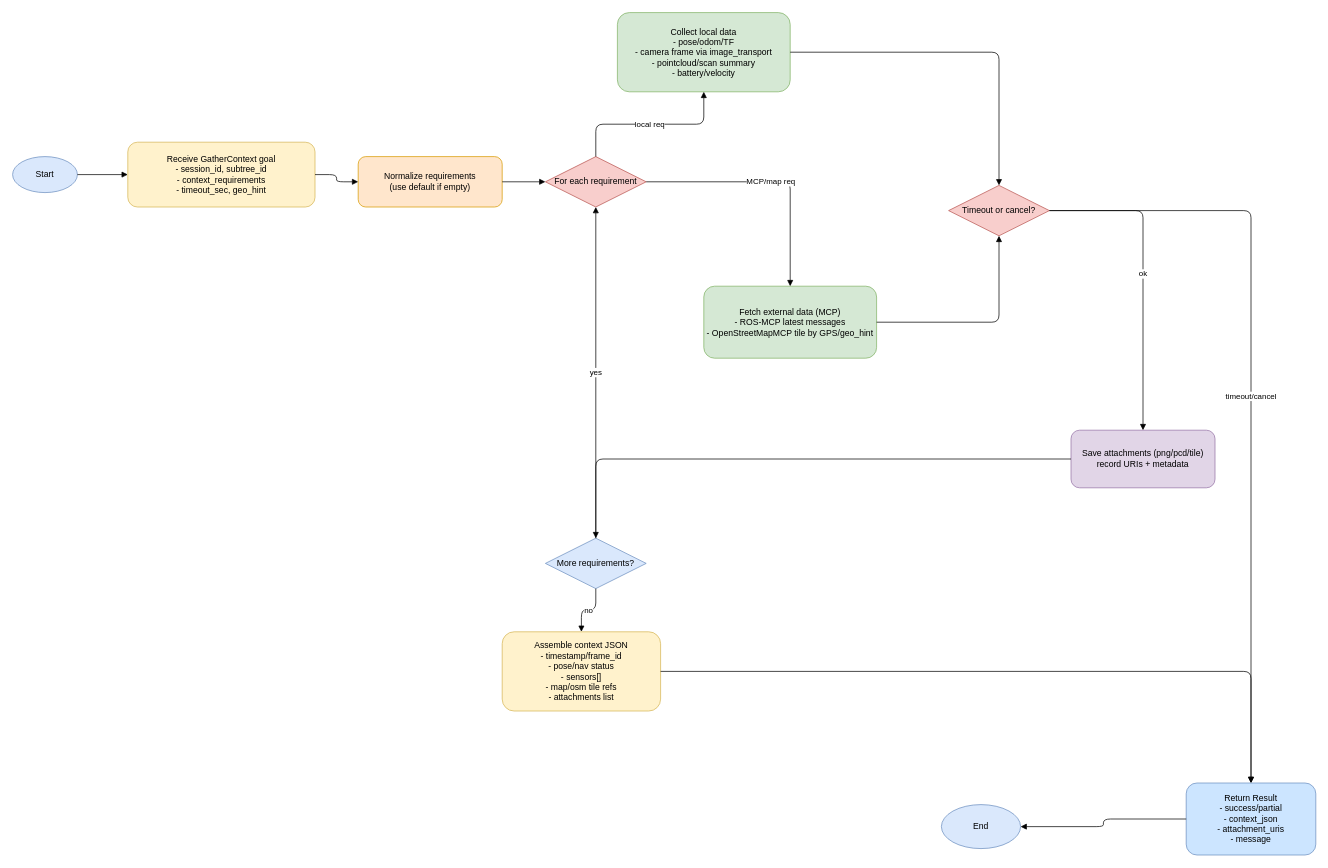
Above: docs/context_gatherer_activity.drawio in mounteverset/generalist_bt_gen (draw.io), before the change. Source tidied: cells renumbered, new cells numbered last; positions are measured from the earlier drawing's top-left corner, leaving out a move shared by most shapes. Both pictures are drawn from the tidied source at 72%, with x=0, y=0 at pixel (12, 12).
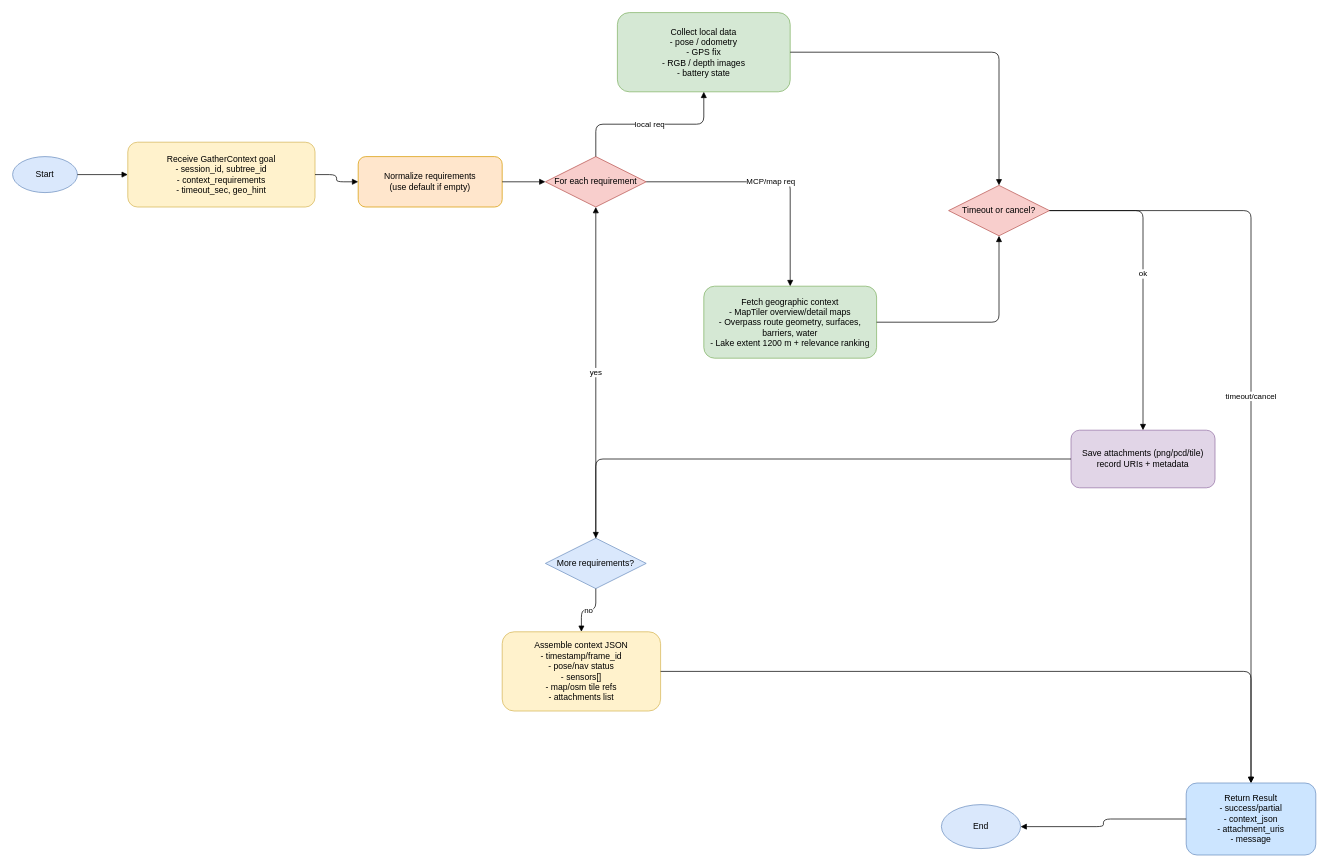
After the change.

The edit, as a diff of the source:
```diff
@@
-    <mxCell id="6" value="Collect local data&#10;- pose/odom/TF&#10;- camera frame via image_transport&#10;- pointcloud/scan summary&#10;- battery/velocity" style="rounded=1;whiteSpace=wrap;html=1;fillColor=#d5e8d4;strokeColor=#82b366;" parent="1" vertex="1">
+    <mxCell id="6" value="Collect local data&#10;- pose / odometry&#10;- GPS fix&#10;- RGB / depth images&#10;- battery state" style="rounded=1;whiteSpace=wrap;html=1;fillColor=#d5e8d4;strokeColor=#82b366;" parent="1" vertex="1">
       <mxGeometry x="840" width="240" height="110" as="geometry" />
     </mxCell>
-    <mxCell id="7" value="Fetch external data (MCP)&#10;- ROS-MCP latest messages&#10;- OpenStreetMapMCP tile by GPS/geo_hint" style="rounded=1;whiteSpace=wrap;html=1;fillColor=#d5e8d4;strokeColor=#82b366;" parent="1" vertex="1">
+    <mxCell id="7" value="Fetch geographic context&#10;- MapTiler overview/detail maps&#10;- Overpass route geometry, surfaces, barriers, water&#10;- Lake extent 1200 m + relevance ranking" style="rounded=1;whiteSpace=wrap;html=1;fillColor=#d5e8d4;strokeColor=#82b366;" parent="1" vertex="1">
       <mxGeometry x="960" y="380" width="240" height="100" as="geometry" />
     </mxCell>
```
